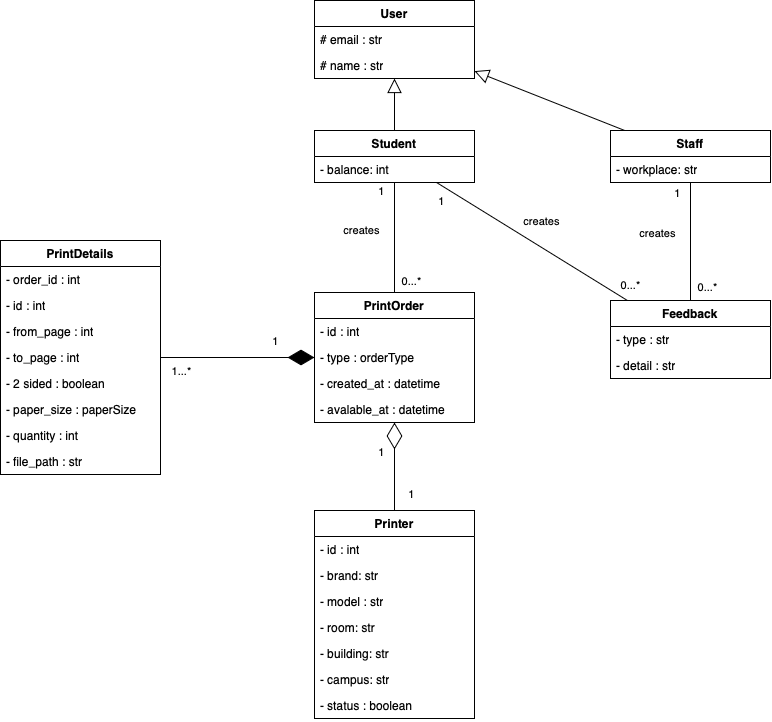
Earlier version of the draw.io export domain-model.drawio.png (blueonline07/test-somth). Source tidied: cells renumbered, new cells last; positions are measured from the earlier drawing's top-left corner, leaving out a move shared by most shapes.
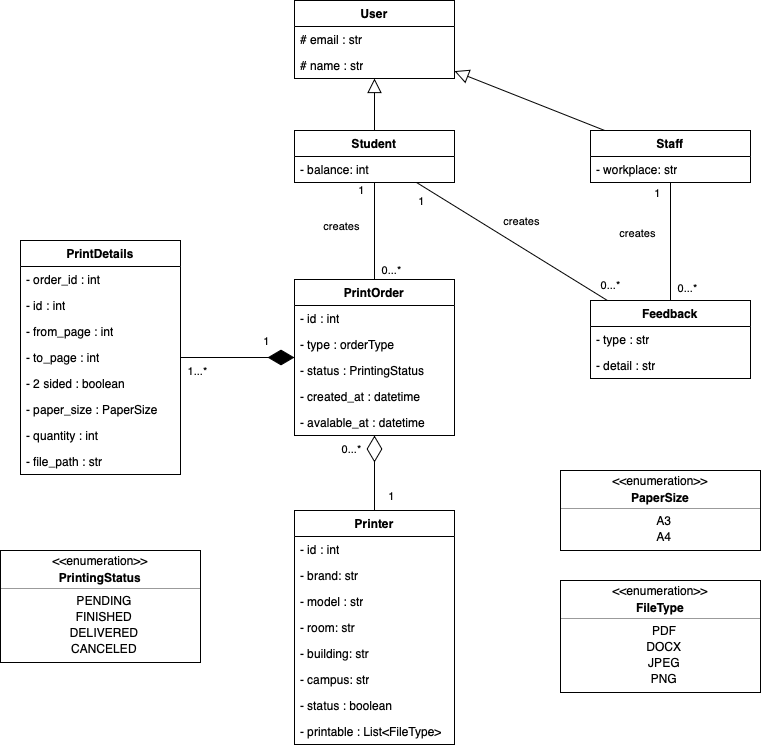
The same file after the commit.

The edit, as a diff of the source:
```diff
@@ -24,7 +24,7 @@
       <mxGeometry y="26" width="160" height="26" as="geometry" />
     </mxCell>
     <mxCell id="9" value="PrintOrder" style="swimlane;fontStyle=1;align=center;verticalAlign=top;horizontal=1;startSize=26;whiteSpace=wrap;html=1;" parent="1" vertex="1">
-      <mxGeometry x="314" y="292" width="160" height="130" as="geometry" />
+      <mxGeometry x="314" y="279" width="160" height="156" as="geometry" />
     </mxCell>
     <mxCell id="10" value="- id : int" style="text;strokeColor=none;fillColor=none;align=left;verticalAlign=top;spacingLeft=4;spacingRight=4;overflow=hidden;whiteSpace=wrap;html=1;" parent="9" vertex="1">
       <mxGeometry y="26" width="160" height="26" as="geometry" />
@@ -32,14 +32,17 @@
     <mxCell id="11" value="- type : orderType" style="text;strokeColor=none;fillColor=none;align=left;verticalAlign=top;spacingLeft=4;spacingRight=4;overflow=hidden;whiteSpace=wrap;html=1;" parent="9" vertex="1">
       <mxGeometry y="52" width="160" height="26" as="geometry" />
     </mxCell>
+    <mxCell id="54" value="- status : PrintingStatus" style="text;strokeColor=none;fillColor=none;align=left;verticalAlign=top;spacingLeft=4;spacingRight=4;overflow=hidden;whiteSpace=wrap;html=1;" parent="9" vertex="1">
+      <mxGeometry y="78" width="160" height="26" as="geometry" />
+    </mxCell>
     <mxCell id="12" value="- created_at : datetime&lt;span style=&quot;caret-color: rgba(0, 0, 0, 0); color: rgba(0, 0, 0, 0); font-family: monospace; font-size: 0px; white-space: nowrap;&quot;&gt;%3CmxGraphModel%3E%3Croot%3E%3CmxCell%20id%3D%220%22%2F%3E%3CmxCell%20id%3D%221%22%20parent%3D%220%22%2F%3E%3CmxCell%20id%3D%222%22%20value%3D%22-%20id%20%3A%20int%22%20style%3D%22text%3BstrokeColor%3Dnone%3BfillColor%3Dnone%3Balign%3Dleft%3BverticalAlign%3Dtop%3BspacingLeft%3D4%3BspacingRight%3D4%3Boverflow%3Dhidden%3Brotatable%3D0%3Bpoints%3D%5B%5B0%2C0.5%5D%2C%5B1%2C0.5%5D%5D%3BportConstraint%3Deastwest%3BwhiteSpace%3Dwrap%3Bhtml%3D1%3B%22%20vertex%3D%221%22%20parent%3D%221%22%3E%3CmxGeometry%20x%3D%22340%22%20y%3D%22256%22%20width%3D%22160%22%20height%3D%2226%22%20as%3D%22geometry%22%2F%3E%3C%2FmxCell%3E%3C%2Froot%3E%3C%2FmxGraphModel%3E&lt;/span&gt;" style="text;strokeColor=none;fillColor=none;align=left;verticalAlign=top;spacingLeft=4;spacingRight=4;overflow=hidden;whiteSpace=wrap;html=1;" parent="9" vertex="1">
-      <mxGeometry y="78" width="160" height="26" as="geometry" />
+      <mxGeometry y="104" width="160" height="26" as="geometry" />
     </mxCell>
     <mxCell id="13" value="- avalable_at : datetime" style="text;strokeColor=none;fillColor=none;align=left;verticalAlign=top;spacingLeft=4;spacingRight=4;overflow=hidden;whiteSpace=wrap;html=1;" parent="9" vertex="1">
-      <mxGeometry y="104" width="160" height="26" as="geometry" />
+      <mxGeometry y="130" width="160" height="26" as="geometry" />
     </mxCell>
     <mxCell id="14" value="Printer" style="swimlane;fontStyle=1;align=center;verticalAlign=top;horizontal=1;startSize=26;whiteSpace=wrap;html=1;" parent="1" vertex="1">
-      <mxGeometry x="314" y="510" width="160" height="208" as="geometry" />
+      <mxGeometry x="314" y="510" width="160" height="234" as="geometry" />
     </mxCell>
     <mxCell id="15" value="- id : int" style="text;strokeColor=none;fillColor=none;align=left;verticalAlign=top;spacingLeft=4;spacingRight=4;overflow=hidden;whiteSpace=wrap;html=1;" parent="14" vertex="1">
       <mxGeometry y="26" width="160" height="26" as="geometry" />
@@ -62,8 +65,11 @@
     <mxCell id="21" value="- status : boolean" style="text;strokeColor=none;fillColor=none;align=left;verticalAlign=top;spacingLeft=4;spacingRight=4;overflow=hidden;whiteSpace=wrap;html=1;" parent="14" vertex="1">
       <mxGeometry y="182" width="160" height="26" as="geometry" />
     </mxCell>
+    <mxCell id="55" value="- printable : List&amp;lt;FileType&amp;gt;" style="text;strokeColor=none;fillColor=none;align=left;verticalAlign=top;spacingLeft=4;spacingRight=4;overflow=hidden;whiteSpace=wrap;html=1;" parent="14" vertex="1">
+      <mxGeometry y="208" width="160" height="26" as="geometry" />
+    </mxCell>
     <mxCell id="22" value="PrintDetails" style="swimlane;fontStyle=1;align=center;verticalAlign=top;horizontal=1;startSize=26;whiteSpace=wrap;html=1;" parent="1" vertex="1">
-      <mxGeometry y="240" width="160" height="234" as="geometry" />
+      <mxGeometry x="40" y="240" width="160" height="234" as="geometry" />
     </mxCell>
     <mxCell id="23" value="- order_id : int" style="text;strokeColor=none;fillColor=none;align=left;verticalAlign=top;spacingLeft=4;spacingRight=4;overflow=hidden;whiteSpace=wrap;html=1;" parent="22" vertex="1">
       <mxGeometry y="26" width="160" height="26" as="geometry" />
@@ -80,7 +86,7 @@
     <mxCell id="27" value="- 2 sided : boolean" style="text;strokeColor=none;fillColor=none;align=left;verticalAlign=top;spacingLeft=4;spacingRight=4;overflow=hidden;whiteSpace=wrap;html=1;" parent="22" vertex="1">
       <mxGeometry y="130" width="160" height="26" as="geometry" />
     </mxCell>
-    <mxCell id="28" value="- paper_size : paperSize" style="text;strokeColor=none;fillColor=none;align=left;verticalAlign=top;spacingLeft=4;spacingRight=4;overflow=hidden;whiteSpace=wrap;html=1;" parent="22" vertex="1">
+    <mxCell id="28" value="- paper_size : PaperSize" style="text;strokeColor=none;fillColor=none;align=left;verticalAlign=top;spacingLeft=4;spacingRight=4;overflow=hidden;whiteSpace=wrap;html=1;" parent="22" vertex="1">
       <mxGeometry y="156" width="160" height="26" as="geometry" />
     </mxCell>
     <mxCell id="29" value="- quantity : int" style="text;strokeColor=none;fillColor=none;align=left;verticalAlign=top;spacingLeft=4;spacingRight=4;overflow=hidden;whiteSpace=wrap;html=1;" parent="22" vertex="1">
@@ -119,9 +125,9 @@
         <mxPoint x="13" as="offset" />
       </mxGeometry>
     </mxCell>
-    <mxCell id="39" value="1" style="edgeLabel;html=1;align=center;verticalAlign=middle;" parent="37" vertex="1">
+    <mxCell id="39" value="0...*" style="edgeLabel;html=1;align=center;verticalAlign=middle;" parent="37" vertex="1">
       <mxGeometry x="0.32" y="2" relative="1" as="geometry">
-        <mxPoint x="-12" as="offset" />
+        <mxPoint x="-22" y="-12" as="offset" />
       </mxGeometry>
     </mxCell>
     <mxCell id="40" style="endArrow=none;html=1;rounded=0;" parent="1" edge="1" source="5" target="9">
@@ -184,5 +190,80 @@
     <mxCell id="53" style="edgeStyle=none;html=1;endSize=12;endArrow=block;endFill=0;rounded=0;" parent="1" edge="1" source="7" target="2">
       <mxGeometry relative="1" as="geometry" />
     </mxCell>
+    <mxCell id="56" style="fontStyle=1;align=center;verticalAlign=middle;horizontal=1;" parent="1" vertex="1">
+      <mxGeometry x="580" y="470" width="200" height="80" as="geometry" />
+    </mxCell>
+    <mxCell id="57" value="&amp;lt;&amp;lt;enumeration&amp;gt;&amp;gt;" style="html=1;align=center;spacing=0;verticalAlign=middle;strokeColor=none;fillColor=none;whiteSpace=wrap;" parent="56" vertex="1">
+      <mxGeometry width="200" height="20" as="geometry" />
+    </mxCell>
+    <mxCell id="58" value="PaperSize" style="html=1;align=center;spacing=0;verticalAlign=middle;strokeColor=none;fillColor=none;whiteSpace=wrap;fontStyle=1;" parent="56" vertex="1">
+      <mxGeometry y="20" width="200" height="14" as="geometry" />
+    </mxCell>
+    <mxCell id="59" style="line;strokeWidth=0.25;fillColor=none;align=left;verticalAlign=middle;spacingTop=-1;spacingLeft=3;spacingRight=3;labelPosition=right;" parent="56" vertex="1">
+      <mxGeometry y="34" width="200" height="8" as="geometry" />
+    </mxCell>
+    <mxCell id="60" value="A3" style="html=1;align=center;spacing=0;spacingLeft=8;verticalAlign=middle;strokeColor=none;fillColor=none;whiteSpace=wrap;" parent="56" vertex="1">
+      <mxGeometry y="42" width="200" height="16" as="geometry" />
+    </mxCell>
+    <mxCell id="61" value="A4" style="html=1;align=center;spacing=0;spacingLeft=8;verticalAlign=middle;strokeColor=none;fillColor=none;whiteSpace=wrap;" parent="56" vertex="1">
+      <mxGeometry y="58" width="200" height="16" as="geometry" />
+    </mxCell>
+    <mxCell id="62" style="html=1;align=left;spacing=0;spacingLeft=8;verticalAlign=middle;strokeColor=none;fillColor=none;whiteSpace=wrap;" parent="56" vertex="1">
+      <mxGeometry y="74" width="200" height="6" as="geometry" />
+    </mxCell>
+    <mxCell id="63" style="fontStyle=1;align=center;verticalAlign=middle;horizontal=1;" parent="1" vertex="1">
+      <mxGeometry x="580" y="580" width="200" height="112" as="geometry" />
+    </mxCell>
+    <mxCell id="64" value="&amp;lt;&amp;lt;enumeration&amp;gt;&amp;gt;" style="html=1;align=center;spacing=0;verticalAlign=middle;strokeColor=none;fillColor=none;whiteSpace=wrap;" parent="63" vertex="1">
+      <mxGeometry width="200" height="20" as="geometry" />
+    </mxCell>
+    <mxCell id="65" value="FileType" style="html=1;align=center;spacing=0;verticalAlign=middle;strokeColor=none;fillColor=none;whiteSpace=wrap;fontStyle=1;" parent="63" vertex="1">
+      <mxGeometry y="20" width="200" height="14" as="geometry" />
+    </mxCell>
+    <mxCell id="66" style="line;strokeWidth=0.25;fillColor=none;align=left;verticalAlign=middle;spacingTop=-1;spacingLeft=3;spacingRight=3;labelPosition=right;" parent="63" vertex="1">
+      <mxGeometry y="34" width="200" height="8" as="geometry" />
+    </mxCell>
+    <mxCell id="67" value="PDF" style="html=1;align=center;spacing=0;spacingLeft=8;verticalAlign=middle;strokeColor=none;fillColor=none;whiteSpace=wrap;" parent="63" vertex="1">
+      <mxGeometry y="42" width="200" height="16" as="geometry" />
+    </mxCell>
+    <mxCell id="68" value="DOCX" style="html=1;align=center;spacing=0;spacingLeft=8;verticalAlign=middle;strokeColor=none;fillColor=none;whiteSpace=wrap;" parent="63" vertex="1">
+      <mxGeometry y="58" width="200" height="16" as="geometry" />
+    </mxCell>
+    <mxCell id="69" value="JPEG" style="html=1;align=center;spacing=0;spacingLeft=8;verticalAlign=middle;strokeColor=none;fillColor=none;whiteSpace=wrap;" parent="63" vertex="1">
+      <mxGeometry y="74" width="200" height="16" as="geometry" />
+    </mxCell>
+    <mxCell id="70" value="PNG" style="html=1;align=center;spacing=0;spacingLeft=8;verticalAlign=middle;strokeColor=none;fillColor=none;whiteSpace=wrap;" parent="63" vertex="1">
+      <mxGeometry y="90" width="200" height="16" as="geometry" />
+    </mxCell>
+    <mxCell id="71" style="html=1;align=left;spacing=0;spacingLeft=8;verticalAlign=middle;strokeColor=none;fillColor=none;whiteSpace=wrap;" parent="63" vertex="1">
+      <mxGeometry y="106" width="200" height="6" as="geometry" />
+    </mxCell>
+    <mxCell id="72" style="fontStyle=1;align=center;verticalAlign=middle;horizontal=1;" parent="1" vertex="1">
+      <mxGeometry x="20" y="550" width="200" height="112" as="geometry" />
+    </mxCell>
+    <mxCell id="73" value="&amp;lt;&amp;lt;enumeration&amp;gt;&amp;gt;" style="html=1;align=center;spacing=0;verticalAlign=middle;strokeColor=none;fillColor=none;whiteSpace=wrap;" parent="72" vertex="1">
+      <mxGeometry width="200" height="20" as="geometry" />
+    </mxCell>
+    <mxCell id="74" value="PrintingStatus" style="html=1;align=center;spacing=0;verticalAlign=middle;strokeColor=none;fillColor=none;whiteSpace=wrap;fontStyle=1;" parent="72" vertex="1">
+      <mxGeometry y="20" width="200" height="14" as="geometry" />
+    </mxCell>
+    <mxCell id="75" style="line;strokeWidth=0.25;fillColor=none;align=left;verticalAlign=middle;spacingTop=-1;spacingLeft=3;spacingRight=3;labelPosition=right;" parent="72" vertex="1">
+      <mxGeometry y="34" width="200" height="8" as="geometry" />
+    </mxCell>
+    <mxCell id="76" value="PENDING" style="html=1;align=center;spacing=0;spacingLeft=8;verticalAlign=middle;strokeColor=none;fillColor=none;whiteSpace=wrap;" parent="72" vertex="1">
+      <mxGeometry y="42" width="200" height="16" as="geometry" />
+    </mxCell>
+    <mxCell id="77" value="FINISHED" style="html=1;align=center;spacing=0;spacingLeft=8;verticalAlign=middle;strokeColor=none;fillColor=none;whiteSpace=wrap;" parent="72" vertex="1">
+      <mxGeometry y="58" width="200" height="16" as="geometry" />
+    </mxCell>
+    <mxCell id="78" value="DELIVERED" style="html=1;align=center;spacing=0;spacingLeft=8;verticalAlign=middle;strokeColor=none;fillColor=none;whiteSpace=wrap;" parent="72" vertex="1">
+      <mxGeometry y="74" width="200" height="16" as="geometry" />
+    </mxCell>
+    <mxCell id="79" value="CANCELED" style="html=1;align=center;spacing=0;spacingLeft=8;verticalAlign=middle;strokeColor=none;fillColor=none;whiteSpace=wrap;" parent="72" vertex="1">
+      <mxGeometry y="90" width="200" height="16" as="geometry" />
+    </mxCell>
+    <mxCell id="80" style="html=1;align=left;spacing=0;spacingLeft=8;verticalAlign=middle;strokeColor=none;fillColor=none;whiteSpace=wrap;" parent="72" vertex="1">
+      <mxGeometry y="106" width="200" height="6" as="geometry" />
+    </mxCell>
   </root>
 </mxGraphModel>
```
